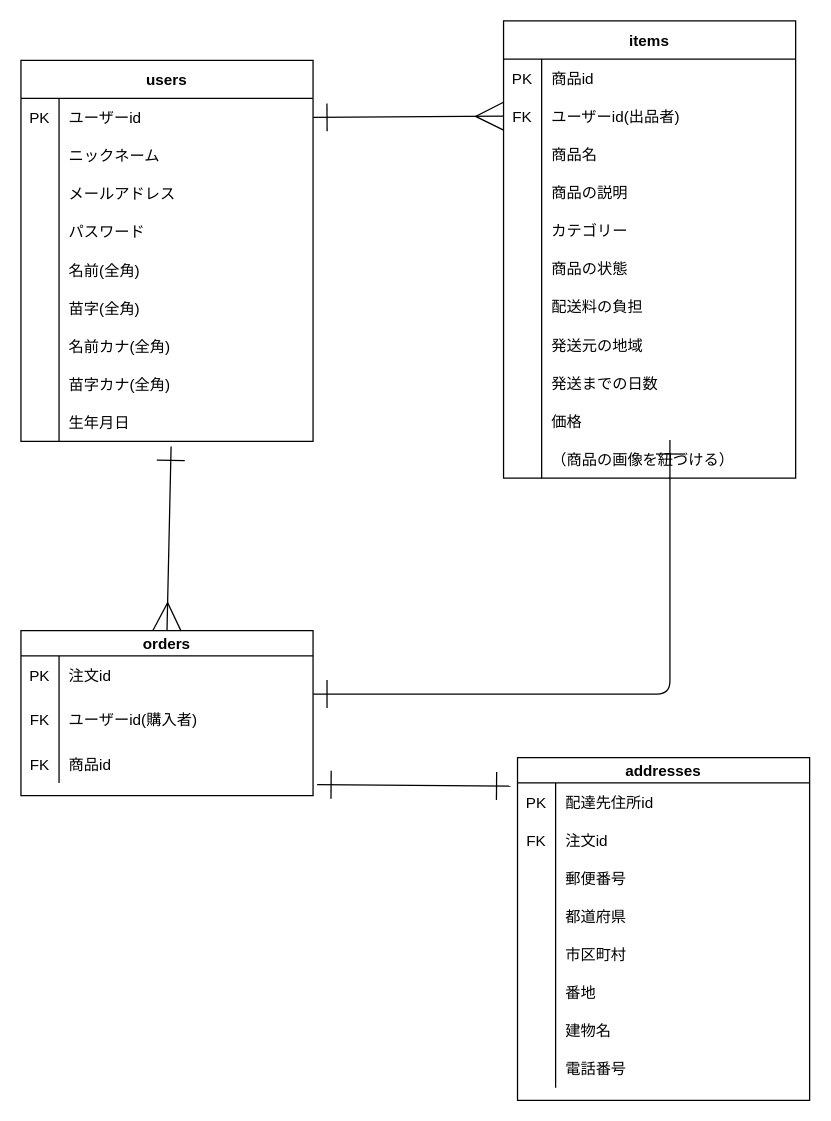
The draw.io diagram ER.dio in shotaro0522/furima-16656, before the edit. Source tidied: cells renumbered, new cells numbered last; positions are measured from the earlier drawing's top-left corner, leaving out a move shared by most shapes. Both pictures are drawn from the tidied source at 127%, with x=0, y=0 at pixel (20, 20).
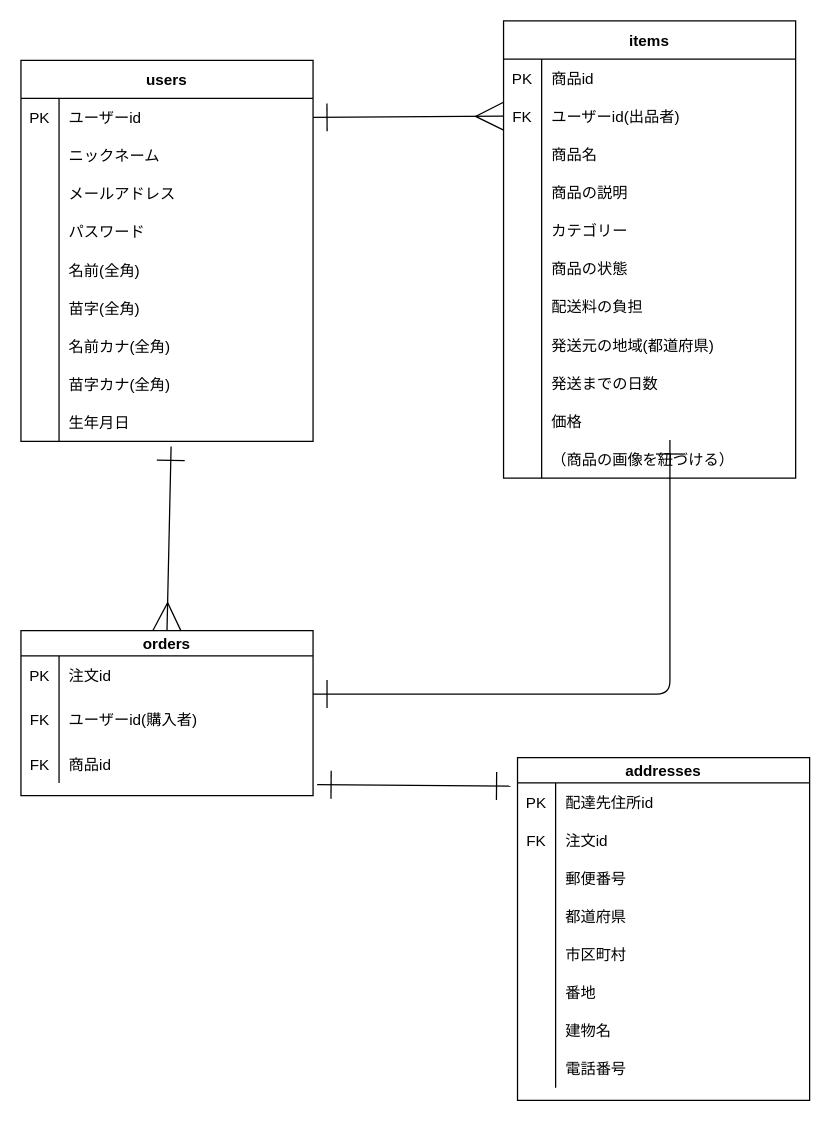
After the change.

Commit message (it also covers changes not shown here):
【修正】商品と住所テーブルで、都道府県カラムのアクティハッシュを共有化

Unchanged cells that the change refers to:
```xml
<mxCell id="62" style="shape=partialRectangle;fillColor=none;top=0;left=0;bottom=0;right=0;" parent="40" vertex="1">
  <mxGeometry y="240" width="230" height="30" as="geometry" />
</mxCell>
```

What changed in the source:
```diff
@@
-    <mxCell id="64" value="発送元の地域" style="shape=partialRectangle;fillColor=none;top=0;left=0;bottom=0;right=0;align=left;spacingLeft=6;overflow=hidden;" parent="62" vertex="1">
+    <mxCell id="64" value="発送元の地域(都道府県)" style="shape=partialRectangle;fillColor=none;top=0;left=0;bottom=0;right=0;align=left;spacingLeft=6;overflow=hidden;" parent="62" vertex="1">
       <mxGeometry x="30" width="200" height="30" as="geometry" />
     </mxCell>
```
